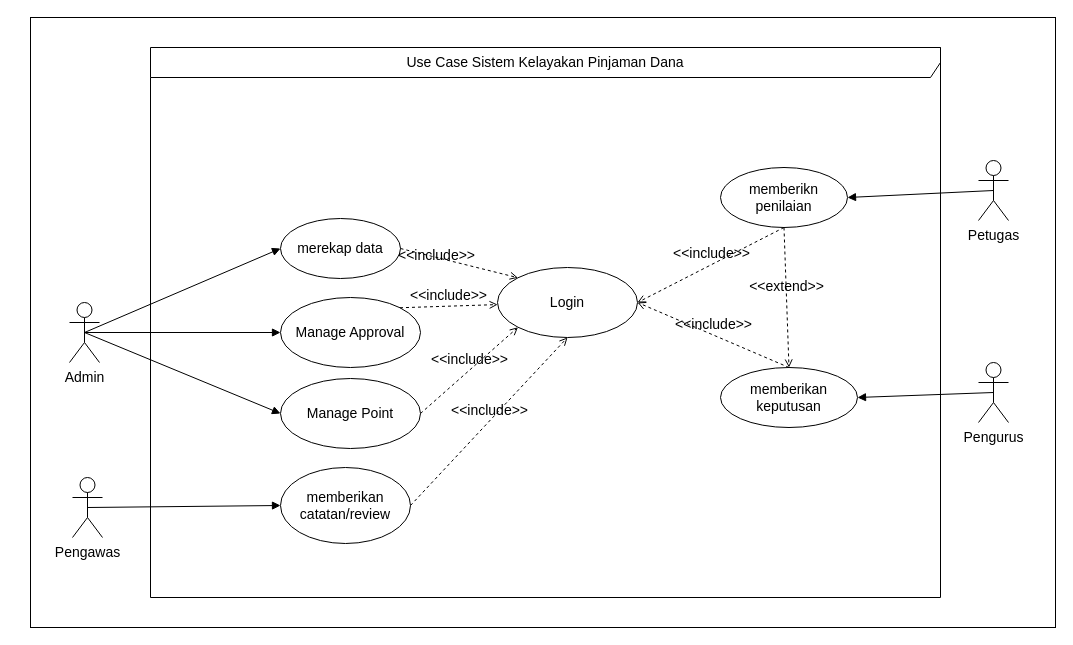
Earlier version of the draw.io diagram page "Copy of use case" (6 of 41) of public/Untitled Diagram.drawio (alinurd/simpanPinjam). Source tidied: cells renumbered, new cells numbered last; positions are measured from the earlier drawing's top-left corner, leaving out a move shared by most shapes. Both pictures are drawn from the tidied source at 100%, with x=0, y=0 at pixel (30, 17).
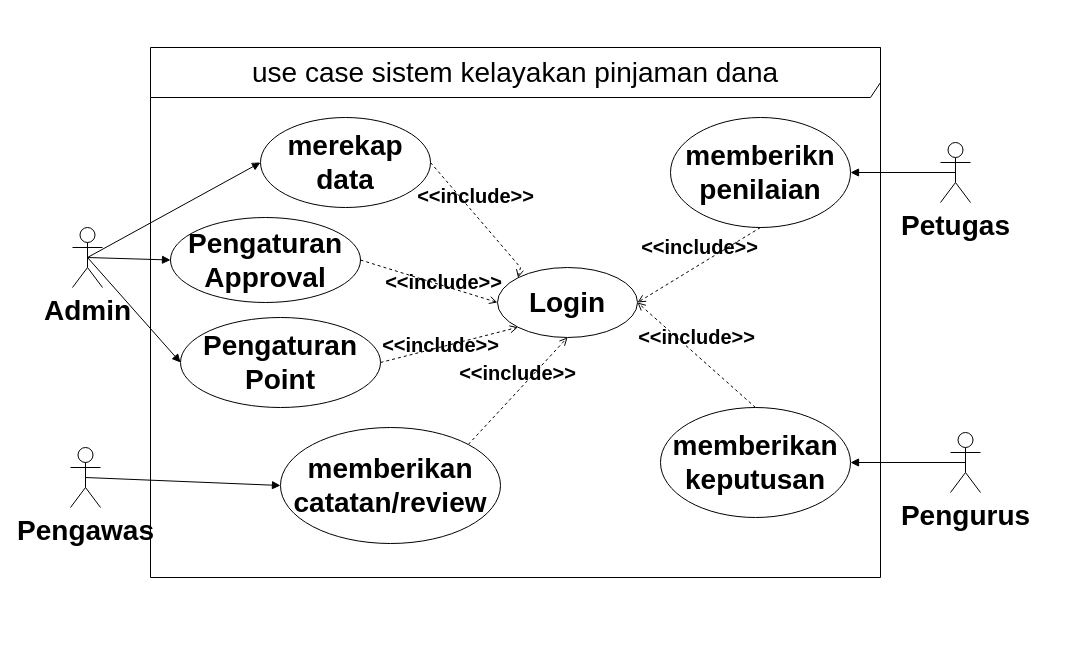
Above is the later version.

Change to the diagram source:
```diff
@@
-    <mxCell id="2" style="rounded=0;whiteSpace=wrap;html=1;fillColor=none;fontSize=14;" parent="1" vertex="1">
-      <mxGeometry width="1025" height="610" as="geometry" />
-    </mxCell>
-    <mxCell id="3" value="Use Case Sistem Kelayakan Pinjaman Dana" style="shape=umlFrame;whiteSpace=wrap;html=1;width=790;height=30;fontSize=14;" parent="1" vertex="1">
-      <mxGeometry x="120" y="30" width="790" height="550" as="geometry" />
+    <mxCell id="3" value="&lt;font style=&quot;font-size: 28px;&quot;&gt;use case sistem kelayakan pinjaman dana&lt;br style=&quot;font-size: 28px;&quot;&gt;&lt;/font&gt;" style="shape=umlFrame;whiteSpace=wrap;html=1;width=730;height=50;fontSize=28;fontStyle=0;" parent="1" vertex="1">
+      <mxGeometry x="120" y="30" width="730" height="530" as="geometry" />
     </mxCell>
-    <mxCell id="4" value="merekap data" style="ellipse;whiteSpace=wrap;html=1;fontSize=14;" parent="3" vertex="1">
-      <mxGeometry x="130" y="171" width="120" height="60" as="geometry" />
+    <mxCell id="4" value="merekap data" style="ellipse;whiteSpace=wrap;html=1;fontSize=28;fontStyle=1;" parent="3" vertex="1">
+      <mxGeometry x="110" y="70" width="170" height="90" as="geometry" />
     </mxCell>
-    <mxCell id="5" value="memberikan catatan/review" style="ellipse;whiteSpace=wrap;html=1;fontSize=14;" parent="3" vertex="1">
-      <mxGeometry x="130" y="420" width="130" height="76" as="geometry" />
+    <mxCell id="5" value="memberikan catatan/review" style="ellipse;whiteSpace=wrap;html=1;fontSize=28;fontStyle=1;" parent="3" vertex="1">
+      <mxGeometry x="130" y="380" width="220" height="116" as="geometry" />
     </mxCell>
-    <mxCell id="6" value="Manage Point" style="ellipse;whiteSpace=wrap;html=1;fontSize=14;" parent="3" vertex="1">
-      <mxGeometry x="130" y="331" width="140" height="70" as="geometry" />
+    <mxCell id="6" value="Pengaturan Point" style="ellipse;whiteSpace=wrap;html=1;fontSize=28;fontStyle=1;" parent="3" vertex="1">
+      <mxGeometry x="30" y="270" width="200" height="90" as="geometry" />
     </mxCell>
-    <mxCell id="7" value="Manage Approval" style="ellipse;whiteSpace=wrap;html=1;fontSize=14;" parent="3" vertex="1">
-      <mxGeometry x="130" y="250" width="140" height="70" as="geometry" />
+    <mxCell id="7" value="Pengaturan Approval" style="ellipse;whiteSpace=wrap;html=1;fontSize=28;fontStyle=1;" parent="3" vertex="1">
+      <mxGeometry x="20" y="170" width="190" height="85" as="geometry" />
     </mxCell>
-    <mxCell id="8" value="Login" style="ellipse;whiteSpace=wrap;html=1;fontSize=14;" parent="3" vertex="1">
+    <mxCell id="8" value="Login" style="ellipse;whiteSpace=wrap;html=1;fontSize=28;fontStyle=1;" parent="3" vertex="1">
       <mxGeometry x="347" y="220" width="140" height="70" as="geometry" />
     </mxCell>
-    <mxCell id="9" value="&amp;lt;&amp;lt;include&amp;gt;&amp;gt;" style="html=1;verticalAlign=bottom;labelBackgroundColor=none;endArrow=open;endFill=0;dashed=1;rounded=0;exitX=1;exitY=0.5;exitDx=0;exitDy=0;entryX=0.5;entryY=1;entryDx=0;entryDy=0;fontSize=14;" parent="3" edge="1" source="5" target="8">
+    <mxCell id="9" value="&lt;font style=&quot;font-size: 20px;&quot;&gt;&amp;lt;&amp;lt;include&amp;gt;&amp;gt;&lt;/font&gt;" style="html=1;verticalAlign=bottom;labelBackgroundColor=none;endArrow=open;endFill=0;dashed=1;rounded=0;exitX=1;exitY=0;exitDx=0;exitDy=0;entryX=0.5;entryY=1;entryDx=0;entryDy=0;fontSize=28;fontStyle=1;" parent="3" edge="1" source="5" target="8">
       <mxGeometry relative="1" as="geometry" />
     </mxCell>
-    <mxCell id="10" value="&amp;lt;&amp;lt;include&amp;gt;&amp;gt;" style="html=1;verticalAlign=bottom;labelBackgroundColor=none;endArrow=open;endFill=0;dashed=1;rounded=0;exitX=1;exitY=0;exitDx=0;exitDy=0;fontSize=14;" parent="3" edge="1" source="7" target="8">
-      <mxGeometry relative="1" as="geometry" />
+    <mxCell id="10" value="&lt;font style=&quot;font-size: 20px;&quot;&gt;&amp;lt;&amp;lt;include&amp;gt;&amp;gt;&lt;/font&gt;" style="html=1;verticalAlign=bottom;labelBackgroundColor=none;endArrow=open;endFill=0;dashed=1;rounded=0;exitX=1;exitY=0.5;exitDx=0;exitDy=0;fontSize=28;fontStyle=1;entryX=0;entryY=0.5;entryDx=0;entryDy=0;" parent="3" edge="1" source="7" target="8">
+      <mxGeometry x="0.27" y="-12" relative="1" as="geometry">
+        <mxPoint y="1" as="offset" />
+      </mxGeometry>
     </mxCell>
-    <mxCell id="11" value="&amp;lt;&amp;lt;include&amp;gt;&amp;gt;" style="html=1;verticalAlign=bottom;labelBackgroundColor=none;endArrow=open;endFill=0;dashed=1;rounded=0;exitX=1;exitY=0.5;exitDx=0;exitDy=0;entryX=0;entryY=0;entryDx=0;entryDy=0;fontSize=14;" parent="3" edge="1" source="4" target="8">
-      <mxGeometry x="-0.35" y="-9" relative="1" as="geometry" />
+    <mxCell id="11" value="&lt;font style=&quot;font-size: 20px;&quot;&gt;&amp;lt;&amp;lt;include&amp;gt;&amp;gt;&lt;/font&gt;" style="html=1;verticalAlign=bottom;labelBackgroundColor=none;endArrow=open;endFill=0;dashed=1;rounded=0;exitX=1;exitY=0.5;exitDx=0;exitDy=0;entryX=0;entryY=0;entryDx=0;entryDy=0;fontSize=28;fontStyle=1;" parent="3" edge="1" source="4" target="8">
+      <mxGeometry x="-0.09" y="1" relative="1" as="geometry">
+        <Array as="points">
+          <mxPoint x="370" y="220" />
+        </Array>
+      </mxGeometry>
     </mxCell>
-    <mxCell id="12" value="&amp;lt;&amp;lt;include&amp;gt;&amp;gt;" style="html=1;verticalAlign=bottom;labelBackgroundColor=none;endArrow=open;endFill=0;dashed=1;rounded=0;exitX=1;exitY=0.5;exitDx=0;exitDy=0;entryX=0;entryY=1;entryDx=0;entryDy=0;fontSize=14;" parent="3" edge="1" source="6" target="8">
-      <mxGeometry relative="1" as="geometry" />
+    <mxCell id="12" value="&lt;font style=&quot;font-size: 20px;&quot;&gt;&amp;lt;&amp;lt;include&amp;gt;&amp;gt;&lt;/font&gt;" style="html=1;verticalAlign=bottom;labelBackgroundColor=none;endArrow=open;endFill=0;dashed=1;rounded=0;exitX=1;exitY=0.5;exitDx=0;exitDy=0;entryX=0;entryY=1;entryDx=0;entryDy=0;fontSize=28;fontStyle=1;" parent="3" edge="1" source="6" target="8">
+      <mxGeometry x="-0.18" y="-15" relative="1" as="geometry" />
     </mxCell>
-    <mxCell id="13" value="memberikan keputusan" style="ellipse;whiteSpace=wrap;html=1;fontSize=14;" parent="3" vertex="1">
-      <mxGeometry x="570" y="320" width="137" height="60" as="geometry" />
+    <mxCell id="13" value="memberikan keputusan" style="ellipse;whiteSpace=wrap;html=1;fontSize=28;fontStyle=1;" parent="3" vertex="1">
+      <mxGeometry x="510" y="360" width="190" height="110" as="geometry" />
     </mxCell>
-    <mxCell id="14" value="&amp;lt;&amp;lt;include&amp;gt;&amp;gt;" style="html=1;verticalAlign=bottom;labelBackgroundColor=none;endArrow=open;endFill=0;dashed=1;rounded=0;exitX=0.5;exitY=0;exitDx=0;exitDy=0;entryX=1;entryY=0.5;entryDx=0;entryDy=0;fontSize=14;" parent="3" edge="1" source="13" target="8">
+    <mxCell id="14" value="&lt;font style=&quot;font-size: 20px;&quot;&gt;&amp;lt;&amp;lt;include&amp;gt;&amp;gt;&lt;/font&gt;" style="html=1;verticalAlign=bottom;labelBackgroundColor=none;endArrow=open;endFill=0;dashed=1;rounded=0;exitX=0.5;exitY=0;exitDx=0;exitDy=0;entryX=1;entryY=0.5;entryDx=0;entryDy=0;fontSize=28;fontStyle=1;" parent="3" edge="1" source="13" target="8">
       <mxGeometry relative="1" as="geometry" />
     </mxCell>
-    <mxCell id="15" value="memberikn penilaian" style="ellipse;whiteSpace=wrap;html=1;fontSize=14;" parent="3" vertex="1">
-      <mxGeometry x="570" y="120" width="127" height="60" as="geometry" />
+    <mxCell id="15" value="memberikn penilaian" style="ellipse;whiteSpace=wrap;html=1;fontSize=28;fontStyle=1;" parent="3" vertex="1">
+      <mxGeometry x="520" y="70" width="180" height="110" as="geometry" />
     </mxCell>
-    <mxCell id="16" value="&amp;lt;&amp;lt;include&amp;gt;&amp;gt;" style="html=1;verticalAlign=bottom;labelBackgroundColor=none;endArrow=open;endFill=0;dashed=1;rounded=0;exitX=0.5;exitY=1;exitDx=0;exitDy=0;entryX=1;entryY=0.5;entryDx=0;entryDy=0;fontSize=14;" parent="3" edge="1" source="15" target="8">
+    <mxCell id="16" value="&lt;font style=&quot;font-size: 20px;&quot;&gt;&amp;lt;&amp;lt;include&amp;gt;&amp;gt;&lt;/font&gt;" style="html=1;verticalAlign=bottom;labelBackgroundColor=none;endArrow=open;endFill=0;dashed=1;rounded=0;exitX=0.5;exitY=1;exitDx=0;exitDy=0;entryX=1;entryY=0.5;entryDx=0;entryDy=0;fontSize=28;fontStyle=1;" parent="3" edge="1" source="15" target="8">
       <mxGeometry relative="1" as="geometry" />
     </mxCell>
-    <mxCell id="17" value="&amp;lt;&amp;lt;extend&amp;gt;&amp;gt;" style="html=1;verticalAlign=bottom;labelBackgroundColor=none;endArrow=open;endFill=0;dashed=1;rounded=0;exitX=0.5;exitY=1;exitDx=0;exitDy=0;entryX=0.5;entryY=0;entryDx=0;entryDy=0;fontSize=14;" parent="3" edge="1" source="15" target="13">
-      <mxGeometry relative="1" as="geometry" />
-    </mxCell>
-    <mxCell id="18" value="Pengawas" style="shape=umlActor;verticalLabelPosition=bottom;verticalAlign=top;html=1;fontSize=14;" parent="1" vertex="1">
-      <mxGeometry x="42" y="460" width="30" height="60" as="geometry" />
+    <mxCell id="18" value="Pengawas" style="shape=umlActor;verticalLabelPosition=bottom;verticalAlign=top;html=1;fontSize=28;fontStyle=1;" parent="1" vertex="1">
+      <mxGeometry x="40" y="430" width="30" height="60" as="geometry" />
     </mxCell>
-    <mxCell id="19" value="Pengurus" style="shape=umlActor;verticalLabelPosition=bottom;verticalAlign=top;html=1;fontSize=14;" parent="1" vertex="1">
-      <mxGeometry x="948" y="345" width="30" height="60" as="geometry" />
+    <mxCell id="19" value="Pengurus" style="shape=umlActor;verticalLabelPosition=bottom;verticalAlign=top;html=1;fontSize=28;fontStyle=1;" parent="1" vertex="1">
+      <mxGeometry x="920" y="415" width="30" height="60" as="geometry" />
     </mxCell>
-    <mxCell id="20" value="Petugas" style="shape=umlActor;verticalLabelPosition=bottom;verticalAlign=top;html=1;fontSize=14;" parent="1" vertex="1">
-      <mxGeometry x="948" y="143" width="30" height="60" as="geometry" />
+    <mxCell id="20" value="Petugas" style="shape=umlActor;verticalLabelPosition=bottom;verticalAlign=top;html=1;fontSize=28;fontStyle=1;" parent="1" vertex="1">
+      <mxGeometry x="910" y="125" width="30" height="60" as="geometry" />
     </mxCell>
-    <mxCell id="21" value="Admin" style="shape=umlActor;verticalLabelPosition=bottom;verticalAlign=top;html=1;fontSize=14;" parent="1" vertex="1">
-      <mxGeometry x="39" y="285" width="30" height="60" as="geometry" />
+    <mxCell id="21" value="Admin" style="shape=umlActor;verticalLabelPosition=bottom;verticalAlign=top;html=1;fontSize=28;fontStyle=1;" parent="1" vertex="1">
+      <mxGeometry x="42" y="210" width="30" height="60" as="geometry" />
     </mxCell>
-    <mxCell id="22" style="html=1;verticalAlign=bottom;labelBackgroundColor=none;endArrow=block;endFill=1;rounded=0;exitX=0.5;exitY=0.5;exitDx=0;exitDy=0;exitPerimeter=0;entryX=0;entryY=0.5;entryDx=0;entryDy=0;fontSize=14;" parent="1" edge="1" source="18" target="5">
+    <mxCell id="22" style="html=1;verticalAlign=bottom;labelBackgroundColor=none;endArrow=block;endFill=1;rounded=0;exitX=0.5;exitY=0.5;exitDx=0;exitDy=0;exitPerimeter=0;entryX=0;entryY=0.5;entryDx=0;entryDy=0;fontSize=28;fontStyle=1;" parent="1" edge="1" source="18" target="5">
       <mxGeometry relative="1" as="geometry" />
     </mxCell>
-    <mxCell id="23" style="html=1;verticalAlign=bottom;labelBackgroundColor=none;endArrow=block;endFill=1;rounded=0;entryX=1;entryY=0.5;entryDx=0;entryDy=0;exitX=0.5;exitY=0.5;exitDx=0;exitDy=0;exitPerimeter=0;fontSize=14;" parent="1" edge="1" source="20" target="15">
+    <mxCell id="23" style="html=1;verticalAlign=bottom;labelBackgroundColor=none;endArrow=block;endFill=1;rounded=0;entryX=1;entryY=0.5;entryDx=0;entryDy=0;exitX=0.5;exitY=0.5;exitDx=0;exitDy=0;exitPerimeter=0;fontSize=28;fontStyle=1;" parent="1" edge="1" source="20" target="15">
       <mxGeometry relative="1" as="geometry" />
     </mxCell>
-    <mxCell id="24" style="html=1;verticalAlign=bottom;labelBackgroundColor=none;endArrow=block;endFill=1;rounded=0;entryX=1;entryY=0.5;entryDx=0;entryDy=0;exitX=0.5;exitY=0.5;exitDx=0;exitDy=0;exitPerimeter=0;fontSize=14;" parent="1" edge="1" source="19" target="13">
+    <mxCell id="24" style="html=1;verticalAlign=bottom;labelBackgroundColor=none;endArrow=block;endFill=1;rounded=0;entryX=1;entryY=0.5;entryDx=0;entryDy=0;exitX=0.5;exitY=0.5;exitDx=0;exitDy=0;exitPerimeter=0;fontSize=28;fontStyle=1;" parent="1" edge="1" source="19" target="13">
       <mxGeometry relative="1" as="geometry" />
     </mxCell>
-    <mxCell id="25" style="html=1;verticalAlign=bottom;labelBackgroundColor=none;endArrow=block;endFill=1;rounded=0;entryX=0;entryY=0.5;entryDx=0;entryDy=0;exitX=0.5;exitY=0.5;exitDx=0;exitDy=0;exitPerimeter=0;fontSize=14;" parent="1" edge="1" source="21" target="4">
+    <mxCell id="25" style="html=1;verticalAlign=bottom;labelBackgroundColor=none;endArrow=block;endFill=1;rounded=0;entryX=0;entryY=0.5;entryDx=0;entryDy=0;exitX=0.5;exitY=0.5;exitDx=0;exitDy=0;exitPerimeter=0;fontSize=28;fontStyle=1;" parent="1" edge="1" source="21" target="4">
       <mxGeometry relative="1" as="geometry" />
     </mxCell>
-    <mxCell id="26" style="html=1;verticalAlign=bottom;labelBackgroundColor=none;endArrow=block;endFill=1;rounded=0;entryX=0;entryY=0.5;entryDx=0;entryDy=0;exitX=0.5;exitY=0.5;exitDx=0;exitDy=0;exitPerimeter=0;fontSize=14;" parent="1" edge="1" source="21" target="6">
+    <mxCell id="26" style="html=1;verticalAlign=bottom;labelBackgroundColor=none;endArrow=block;endFill=1;rounded=0;entryX=0;entryY=0.5;entryDx=0;entryDy=0;exitX=0.5;exitY=0.5;exitDx=0;exitDy=0;exitPerimeter=0;fontSize=28;fontStyle=1;" parent="1" edge="1" source="21" target="6">
       <mxGeometry relative="1" as="geometry" />
     </mxCell>
-    <mxCell id="27" style="html=1;verticalAlign=bottom;labelBackgroundColor=none;endArrow=block;endFill=1;rounded=0;entryX=0;entryY=0.5;entryDx=0;entryDy=0;exitX=0.5;exitY=0.5;exitDx=0;exitDy=0;exitPerimeter=0;fontSize=14;" parent="1" edge="1" source="21" target="7">
+    <mxCell id="27" style="html=1;verticalAlign=bottom;labelBackgroundColor=none;endArrow=block;endFill=1;rounded=0;entryX=0;entryY=0.5;entryDx=0;entryDy=0;exitX=0.5;exitY=0.5;exitDx=0;exitDy=0;exitPerimeter=0;fontSize=28;fontStyle=1;" parent="1" edge="1" source="21" target="7">
       <mxGeometry relative="1" as="geometry" />
     </mxCell>
```
